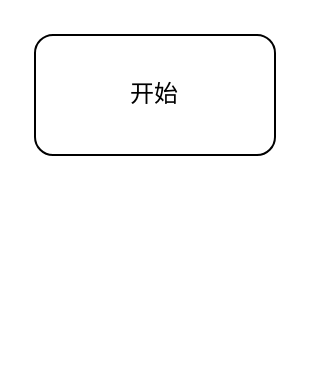
dongshanlang/xxblog keeps this draw.io diagram as static/未命名绘图.drawio. Above is the earlier version. Source tidied: cells renumbered, new cells numbered last; positions are measured from the earlier drawing's top-left corner, leaving out a move shared by most shapes. Both pictures are drawn from the tidied source at 200%, with x=0, y=0 at pixel (34, 34).
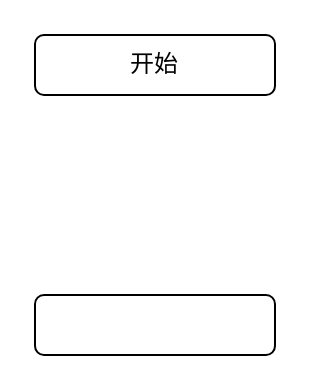
After the change.

Commit message:
更新未命名绘图.drawio

Change to the diagram source:
```diff
@@
 <mxGraphModel>
   <root>
     <mxCell id="0" />
     <mxCell id="1" parent="0" />
     <mxCell id="2" value="开始" style="rounded=1;whiteSpace=wrap;html=1;" parent="1" vertex="1">
-      <mxGeometry width="120" height="60" as="geometry" />
+      <mxGeometry width="120" height="30" as="geometry" />
     </mxCell>
+    <mxCell id="3" style="whiteSpace=wrap;html=1;rounded=1;" parent="1" vertex="1">
+      <mxGeometry y="130" width="120" height="30" as="geometry" />
+    </mxCell>
   </root>
 </mxGraphModel>
```
